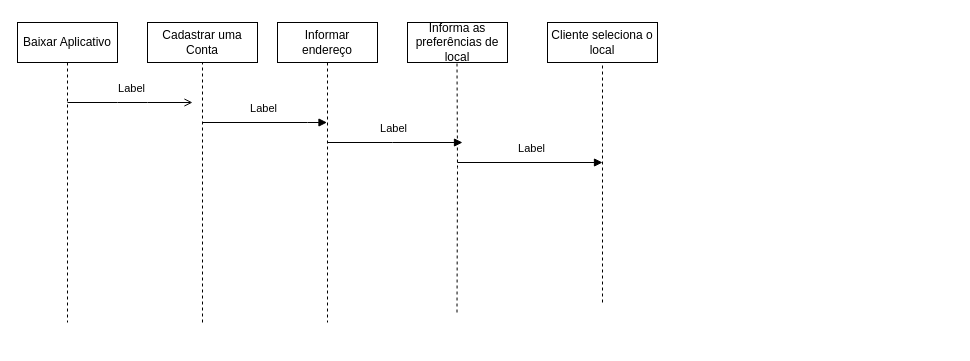
giovannacostasi/UML-Classroom-FCI keeps this draw.io diagram as Diagrama sem nome.drawio. Above is the earlier version. Source tidied: cells renumbered, new cells numbered last; positions are measured from the earlier drawing's top-left corner, leaving out a move shared by most shapes. Both pictures are drawn from the tidied source at 100%, with x=0, y=0 at pixel (17, 22).
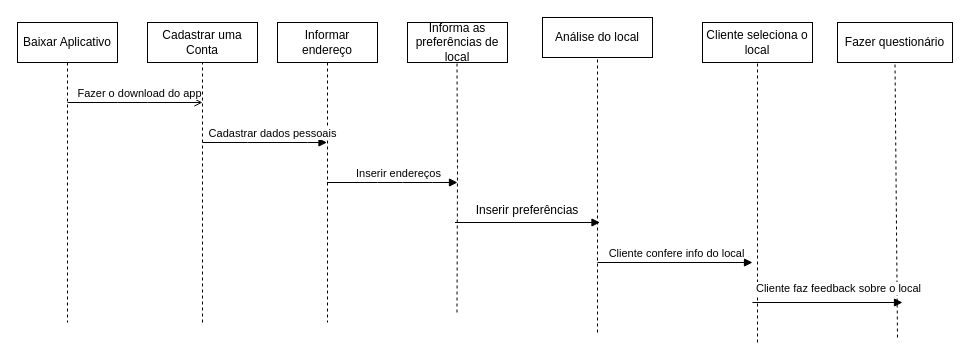
The same diagram, later.

Unchanged cells that the change refers to:
```xml
<mxCell id="3" value="Informar endereço" style="shape=umlLifeline;perimeter=lifelinePerimeter;whiteSpace=wrap;html=1;outlineConnect=0;portConstraint=eastwest;newEdgeStyle={&quot;edgeStyle&quot;:&quot;elbowEdgeStyle&quot;,&quot;elbow&quot;:&quot;vertical&quot;,&quot;curved&quot;:0,&quot;rounded&quot;:0};" parent="1" vertex="1">
  <mxGeometry x="260" width="100" height="300" as="geometry" />
</mxCell>
```

The edit, as a diff of the source:
```diff
@@
     <mxCell id="8" value="Cliente seleciona o local" style="rounded=0;whiteSpace=wrap;html=1;" parent="1" vertex="1">
-      <mxGeometry x="530" width="110" height="40" as="geometry" />
+      <mxGeometry x="685" width="110" height="40" as="geometry" />
     </mxCell>
     <mxCell id="9" style="endArrow=none;dashed=1;html=1;rounded=0;entryX=0.5;entryY=1;entryDx=0;entryDy=0;" parent="1" edge="1" target="8">
       <mxGeometry relative="1" as="geometry">
-        <mxPoint x="585" y="280" as="sourcePoint" />
+        <mxPoint x="740" y="320" as="sourcePoint" />
       </mxGeometry>
     </mxCell>
     <mxCell id="10" style="endArrow=open;html=1;rounded=0;endFill=0;" parent="1" edge="1">
       <mxGeometry relative="1" as="geometry">
         <mxPoint x="50" y="80" as="sourcePoint" />
-        <mxPoint x="175" y="80" as="targetPoint" />
+        <mxPoint x="185" y="80" as="targetPoint" />
         <Array as="points">
           <mxPoint x="100" y="80" />
           <mxPoint x="130" y="80" />
         </Array>
       </mxGeometry>
     </mxCell>
-    <mxCell id="11" value="Label" style="edgeLabel;html=1;align=center;verticalAlign=middle;" parent="10" vertex="1">
+    <mxCell id="11" value="Fazer o download do app" style="edgeLabel;html=1;align=center;verticalAlign=middle;" parent="10" vertex="1">
       <mxGeometry relative="1" as="geometry">
-        <mxPoint y="-15" as="offset" />
+        <mxPoint x="3" y="-10" as="offset" />
       </mxGeometry>
     </mxCell>
-    <mxCell id="12" style="endArrow=block;html=1;rounded=0;endFill=1;" parent="1" edge="1" target="3">
+    <mxCell id="12" style="endArrow=block;html=1;rounded=0;endFill=1;" parent="1" edge="1">
       <mxGeometry relative="1" as="geometry">
-        <mxPoint x="185" y="100" as="sourcePoint" />
+        <mxPoint x="185" y="120" as="sourcePoint" />
+        <mxPoint x="309.5" y="120" as="targetPoint" />
         <Array as="points">
-          <mxPoint x="290" y="100" />
+          <mxPoint x="230" y="120" />
+          <mxPoint x="290" y="120" />
         </Array>
       </mxGeometry>
     </mxCell>
-    <mxCell id="13" value="Label" style="edgeLabel;html=1;align=center;verticalAlign=middle;" parent="12" vertex="1">
-      <mxGeometry relative="1" as="geometry">
-        <mxPoint x="-2" y="-15" as="offset" />
-      </mxGeometry>
-    </mxCell>
     <mxCell id="14" style="endArrow=block;html=1;rounded=0;endFill=1;" parent="1" edge="1" source="3">
       <mxGeometry relative="1" as="geometry">
-        <mxPoint x="445" y="120" as="targetPoint" />
+        <mxPoint x="440" y="160" as="targetPoint" />
         <Array as="points">
-          <mxPoint x="375" y="120" />
+          <mxPoint x="360" y="160" />
+          <mxPoint x="385" y="160" />
+          <mxPoint x="415" y="160" />
         </Array>
       </mxGeometry>
     </mxCell>
-    <mxCell id="15" value="Label" style="edgeLabel;html=1;align=center;verticalAlign=middle;" parent="14" vertex="1">
+    <mxCell id="15" value="Cadastrar dados pessoais" style="edgeLabel;html=1;align=center;verticalAlign=middle;" parent="14" vertex="1">
       <mxGeometry relative="1" as="geometry">
-        <mxPoint x="-2" y="-15" as="offset" />
+        <mxPoint x="-120" y="-50" as="offset" />
       </mxGeometry>
     </mxCell>
     <mxCell id="16" style="endArrow=block;html=1;rounded=0;endFill=1;" parent="1" edge="1">
       <mxGeometry relative="1" as="geometry">
-        <mxPoint x="440" y="140" as="sourcePoint" />
-        <mxPoint x="585" y="140" as="targetPoint" />
+        <mxPoint x="437.5" y="200" as="sourcePoint" />
+        <mxPoint x="582.5" y="200" as="targetPoint" />
       </mxGeometry>
     </mxCell>
-    <mxCell id="17" value="Label" style="edgeLabel;html=1;align=center;verticalAlign=middle;" parent="16" vertex="1">
+    <mxCell id="17" value="Inserir endereços" style="edgeLabel;html=1;align=center;verticalAlign=middle;" parent="16" vertex="1">
       <mxGeometry relative="1" as="geometry">
-        <mxPoint y="-15" as="offset" />
+        <mxPoint x="-130" y="-50" as="offset" />
       </mxGeometry>
     </mxCell>
+    <mxCell id="18" value="Fazer questionário" style="rounded=0;whiteSpace=wrap;html=1;" parent="1" vertex="1">
+      <mxGeometry x="820" width="115" height="40" as="geometry" />
+    </mxCell>
+    <mxCell id="19" style="endArrow=none;dashed=1;html=1;rounded=0;entryX=0.5;entryY=1;entryDx=0;entryDy=0;" parent="1" edge="1" target="18">
+      <mxGeometry relative="1" as="geometry">
+        <mxPoint x="880" y="315" as="sourcePoint" />
+      </mxGeometry>
+    </mxCell>
+    <mxCell id="20" style="endArrow=block;html=1;rounded=0;endFill=1;" parent="1" edge="1">
+      <mxGeometry relative="1" as="geometry">
+        <mxPoint x="735" y="280" as="sourcePoint" />
+        <mxPoint x="885" y="280" as="targetPoint" />
+      </mxGeometry>
+    </mxCell>
+    <mxCell id="21" value="Cliente faz feedback sobre o local" style="edgeLabel;html=1;align=center;verticalAlign=middle;" parent="20" vertex="1">
+      <mxGeometry relative="1" as="geometry">
+        <mxPoint x="10" y="-15" as="offset" />
+      </mxGeometry>
+    </mxCell>
+    <mxCell id="22" value="Inserir preferências" style="text;html=1;strokeColor=none;fillColor=none;align=center;verticalAlign=middle;whiteSpace=wrap;rounded=0;" parent="1" vertex="1">
+      <mxGeometry x="455" y="170" width="110" height="35" as="geometry" />
+    </mxCell>
+    <mxCell id="23" value="Análise do local" style="rounded=0;whiteSpace=wrap;html=1;" parent="1" vertex="1">
+      <mxGeometry x="525" y="-5" width="110" height="40" as="geometry" />
+    </mxCell>
+    <mxCell id="24" style="endArrow=none;dashed=1;html=1;rounded=0;entryX=0.5;entryY=1;entryDx=0;entryDy=0;" parent="1" edge="1" target="23">
+      <mxGeometry relative="1" as="geometry">
+        <mxPoint x="580" y="310" as="sourcePoint" />
+      </mxGeometry>
+    </mxCell>
+    <mxCell id="25" style="endArrow=block;html=1;rounded=0;endFill=1;" parent="1" edge="1">
+      <mxGeometry relative="1" as="geometry">
+        <mxPoint x="580" y="240" as="sourcePoint" />
+        <mxPoint x="735" y="240" as="targetPoint" />
+      </mxGeometry>
+    </mxCell>
+    <mxCell id="26" value="Cliente confere info do local" style="edgeLabel;html=1;align=center;verticalAlign=middle;" parent="25" vertex="1">
+      <mxGeometry relative="1" as="geometry">
+        <mxPoint y="-10" as="offset" />
+      </mxGeometry>
+    </mxCell>
```
